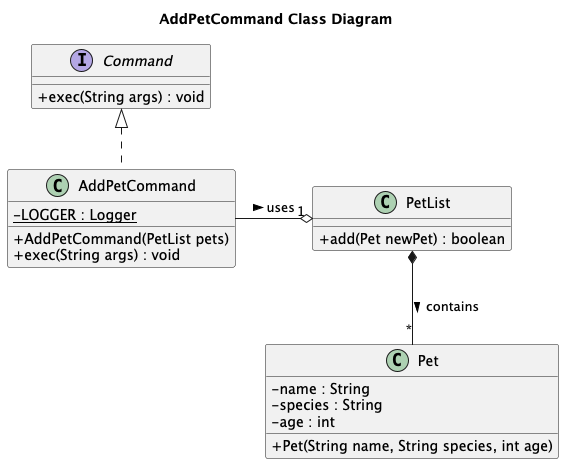
Earlier version of the PlantUML export docs/diagrams/AddPetCommand_Class_Diagram.png (Kevin88866/tp).
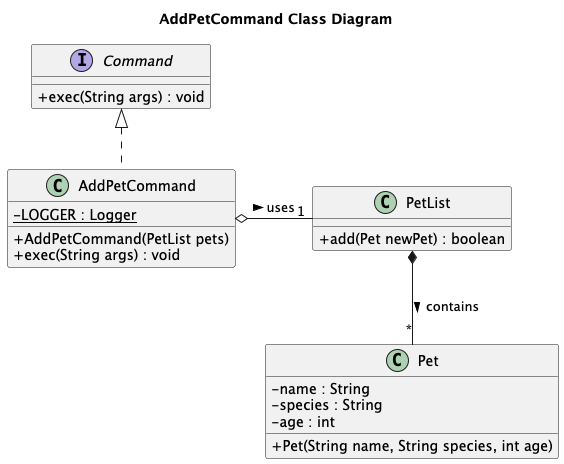
Above is the later version.

Commit message:
Fix aggregation in UML diagram

The edit, as a diff of the source:
```diff
@@ -25,7 +25,7 @@
 
 Command <|.. AddPetCommand
 
-AddPetCommand --o "1" PetList : uses >
+AddPetCommand o-- "1" PetList : uses >
 
 PetList *-- "*" Pet : contains >
 
```
